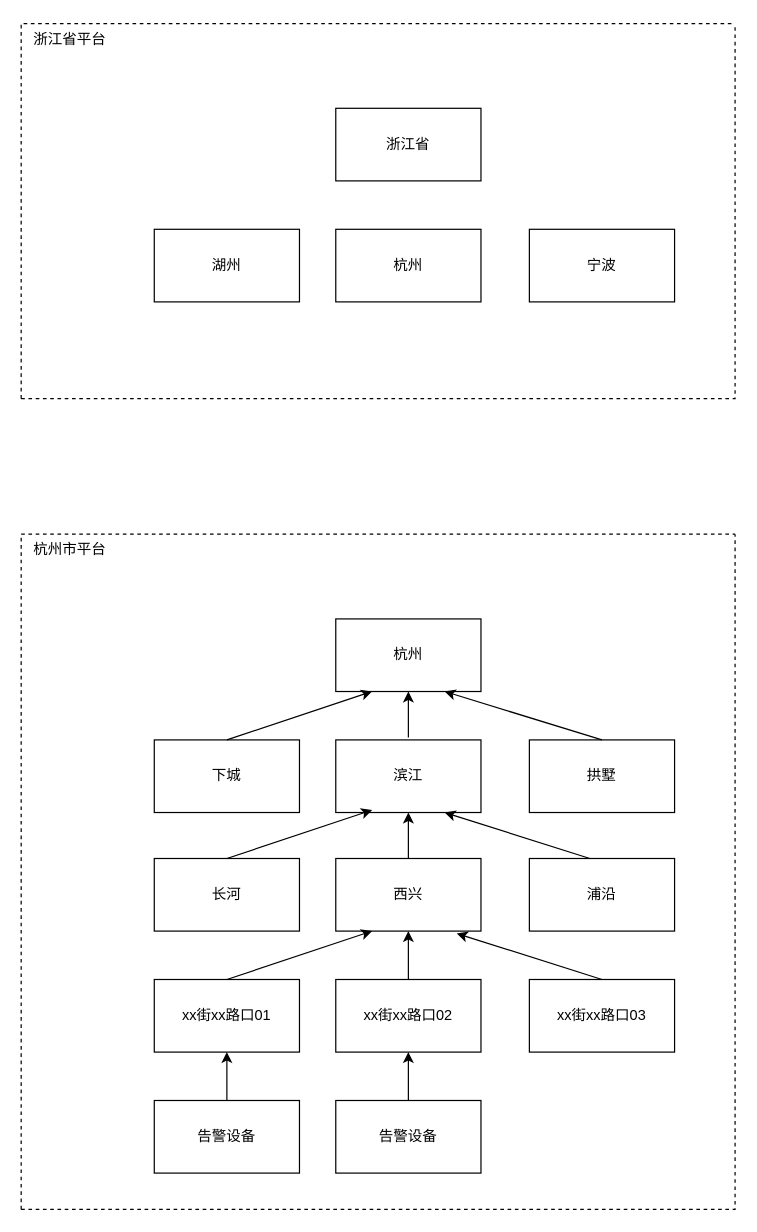
This is page "资源树示例" (1 of 5) of 项目介绍.drawio from hysteriai/hysteria, a draw.io file, before an edit. Source tidied: cells renumbered, new cells numbered last; positions are measured from the earlier drawing's top-left corner, leaving out a move shared by most shapes. Both pictures are drawn from the tidied source at 121%, with x=0, y=0 at pixel (21, 21).
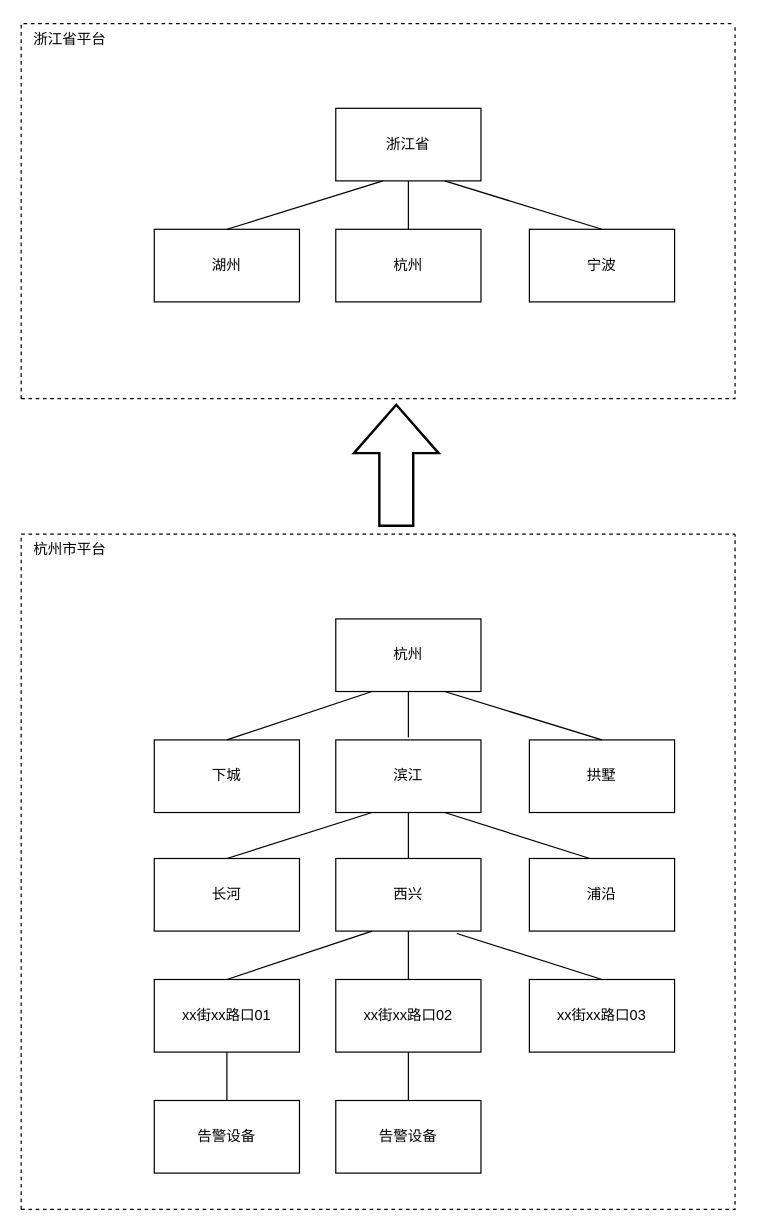
After the change.

The change refers to these unchanged cells:
```xml
<mxCell id="2" value="浙江省" style="rounded=0;whiteSpace=wrap;html=1;" parent="1" vertex="1">
  <mxGeometry x="260" y="72" width="120" height="60" as="geometry" />
</mxCell>
<mxCell id="3" value="湖州" style="rounded=0;whiteSpace=wrap;html=1;" parent="1" vertex="1">
  <mxGeometry x="110" y="172" width="120" height="60" as="geometry" />
</mxCell>
<mxCell id="4" value="杭州" style="rounded=0;whiteSpace=wrap;html=1;" parent="1" vertex="1">
  <mxGeometry x="260" y="172" width="120" height="60" as="geometry" />
</mxCell>
<mxCell id="5" value="宁波" style="rounded=0;whiteSpace=wrap;html=1;" parent="1" vertex="1">
  <mxGeometry x="420" y="172" width="120" height="60" as="geometry" />
</mxCell>
<mxCell id="9" value="杭州" style="rounded=0;whiteSpace=wrap;html=1;" parent="1" vertex="1">
  <mxGeometry x="260" y="494" width="120" height="60" as="geometry" />
</mxCell>
<mxCell id="11" value="滨江" style="rounded=0;whiteSpace=wrap;html=1;" parent="1" vertex="1">
  <mxGeometry x="260" y="594" width="120" height="60" as="geometry" />
</mxCell>
<mxCell id="12" value="拱墅" style="rounded=0;whiteSpace=wrap;html=1;" parent="1" vertex="1">
  <mxGeometry x="420" y="594" width="120" height="60" as="geometry" />
</mxCell>
<mxCell id="21" value="西兴" style="rounded=0;whiteSpace=wrap;html=1;" parent="1" vertex="1">
  <mxGeometry x="260" y="692" width="120" height="60" as="geometry" />
</mxCell>
<mxCell id="24" value="xx街xx路口02" style="rounded=0;whiteSpace=wrap;html=1;" parent="1" vertex="1">
  <mxGeometry x="260" y="792" width="120" height="60" as="geometry" />
</mxCell>
<mxCell id="25" value="xx街xx路口01" style="rounded=0;whiteSpace=wrap;html=1;" parent="1" vertex="1">
  <mxGeometry x="110" y="792" width="120" height="60" as="geometry" />
</mxCell>
<mxCell id="28" value="告警设备" style="rounded=0;whiteSpace=wrap;html=1;" parent="1" vertex="1">
  <mxGeometry x="110" y="892" width="120" height="60" as="geometry" />
</mxCell>
<mxCell id="30" value="告警设备" style="rounded=0;whiteSpace=wrap;html=1;" parent="1" vertex="1">
  <mxGeometry x="260" y="892" width="120" height="60" as="geometry" />
</mxCell>
```

Diff of the diagram source:
```diff
@@
-    <mxCell id="16" style="endArrow=classic;html=1;rounded=0;entryX=0.25;entryY=1;entryDx=0;entryDy=0;" parent="1" edge="1" target="9">
+    <mxCell id="16" style="endArrow=none;html=1;rounded=0;entryX=0.25;entryY=1;entryDx=0;entryDy=0;endFill=0;" parent="1" edge="1" target="9">
       <mxGeometry relative="1" as="geometry">
         <mxPoint x="170" y="594" as="sourcePoint" />
       </mxGeometry>
     </mxCell>
-    <mxCell id="17" style="endArrow=classic;html=1;rounded=0;entryX=0.25;entryY=1;entryDx=0;entryDy=0;" parent="1" edge="1">
+    <mxCell id="17" style="endArrow=none;html=1;rounded=0;entryX=0.25;entryY=1;entryDx=0;entryDy=0;endFill=0;" parent="1" edge="1">
       <mxGeometry relative="1" as="geometry">
         <mxPoint x="320" y="592" as="sourcePoint" />
         <mxPoint x="320" y="554" as="targetPoint" />
       </mxGeometry>
     </mxCell>
-    <mxCell id="18" style="endArrow=classic;html=1;rounded=0;entryX=0.75;entryY=1;entryDx=0;entryDy=0;exitX=0.5;exitY=0;exitDx=0;exitDy=0;" parent="1" edge="1" source="12" target="9">
+    <mxCell id="18" style="endArrow=none;html=1;rounded=0;entryX=0.75;entryY=1;entryDx=0;entryDy=0;exitX=0.5;exitY=0;exitDx=0;exitDy=0;endFill=0;" parent="1" edge="1" source="12" target="9">
       <mxGeometry relative="1" as="geometry" />
     </mxCell>
@@
-    <mxCell id="20" style="edgeStyle=orthogonalEdgeStyle;rounded=0;jettySize=auto;html=1;" parent="1" edge="1" source="21" target="11">
+    <mxCell id="20" style="edgeStyle=orthogonalEdgeStyle;rounded=0;jettySize=auto;html=1;endArrow=none;endFill=0;" parent="1" edge="1" source="21" target="11">
       <mxGeometry relative="1" as="geometry" />
     </mxCell>
@@
-    <mxCell id="23" style="edgeStyle=orthogonalEdgeStyle;rounded=0;jettySize=auto;html=1;" parent="1" edge="1" source="24" target="21">
+    <mxCell id="23" style="edgeStyle=orthogonalEdgeStyle;rounded=0;jettySize=auto;html=1;endArrow=none;endFill=0;" parent="1" edge="1" source="24" target="21">
       <mxGeometry relative="1" as="geometry" />
     </mxCell>
@@
-    <mxCell id="27" style="edgeStyle=orthogonalEdgeStyle;rounded=0;jettySize=auto;html=1;" parent="1" edge="1" source="28" target="25">
+    <mxCell id="27" style="edgeStyle=orthogonalEdgeStyle;rounded=0;jettySize=auto;html=1;endArrow=none;endFill=0;" parent="1" edge="1" source="28" target="25">
       <mxGeometry relative="1" as="geometry" />
     </mxCell>
@@
-    <mxCell id="29" style="edgeStyle=orthogonalEdgeStyle;rounded=0;jettySize=auto;html=1;" parent="1" edge="1" source="30" target="24">
+    <mxCell id="29" style="edgeStyle=orthogonalEdgeStyle;rounded=0;jettySize=auto;html=1;endArrow=none;endFill=0;" parent="1" edge="1" source="30" target="24">
       <mxGeometry relative="1" as="geometry" />
     </mxCell>
@@
-    <mxCell id="31" style="endArrow=classic;html=1;rounded=0;entryX=0.25;entryY=1;entryDx=0;entryDy=0;" parent="1" edge="1">
+    <mxCell id="31" style="endArrow=none;html=1;rounded=0;endFill=0;entryX=0.25;entryY=1;entryDx=0;entryDy=0;" parent="1" edge="1" target="11">
       <mxGeometry relative="1" as="geometry">
         <mxPoint x="170" y="692" as="sourcePoint" />
-        <mxPoint x="290" y="652" as="targetPoint" />
       </mxGeometry>
     </mxCell>
-    <mxCell id="32" style="endArrow=classic;html=1;rounded=0;entryX=0.75;entryY=1;entryDx=0;entryDy=0;" parent="1" edge="1">
+    <mxCell id="32" style="endArrow=none;html=1;rounded=0;entryX=0.75;entryY=1;entryDx=0;entryDy=0;endFill=0;" parent="1" edge="1">
       <mxGeometry relative="1" as="geometry">
         <mxPoint x="470" y="692" as="sourcePoint" />
         <mxPoint x="350" y="654" as="targetPoint" />
       </mxGeometry>
     </mxCell>
-    <mxCell id="33" style="endArrow=classic;html=1;rounded=0;entryX=0.25;entryY=1;entryDx=0;entryDy=0;" parent="1" edge="1">
+    <mxCell id="33" style="endArrow=none;html=1;rounded=0;entryX=0.25;entryY=1;entryDx=0;entryDy=0;endFill=0;" parent="1" edge="1">
       <mxGeometry relative="1" as="geometry">
         <mxPoint x="170" y="792" as="sourcePoint" />
         <mxPoint x="290" y="752" as="targetPoint" />
       </mxGeometry>
     </mxCell>
-    <mxCell id="34" style="endArrow=classic;html=1;rounded=0;entryX=0.75;entryY=1;entryDx=0;entryDy=0;" parent="1" edge="1">
+    <mxCell id="34" style="endArrow=none;html=1;rounded=0;entryX=0.75;entryY=1;entryDx=0;entryDy=0;endFill=0;" parent="1" edge="1">
       <mxGeometry relative="1" as="geometry">
         <mxPoint x="480" y="792" as="sourcePoint" />
         <mxPoint x="360" y="754" as="targetPoint" />
       </mxGeometry>
     </mxCell>
+    <mxCell id="35" style="verticalLabelPosition=bottom;verticalAlign=top;html=1;strokeWidth=2;shape=mxgraph.arrows2.arrow;dy=0.6;dx=40;notch=0;rotation=-90;" parent="1" vertex="1">
+      <mxGeometry x="260" y="332" width="100" height="70" as="geometry" />
+    </mxCell>
+    <mxCell id="36" style="endArrow=none;html=1;rounded=0;exitX=0.5;exitY=0;exitDx=0;exitDy=0;" parent="1" edge="1" source="3">
+      <mxGeometry relative="1" as="geometry">
+        <mxPoint x="299" y="132" as="targetPoint" />
+      </mxGeometry>
+    </mxCell>
+    <mxCell id="37" style="endArrow=none;html=1;rounded=0;exitX=0.5;exitY=0;exitDx=0;exitDy=0;entryX=0.75;entryY=1;entryDx=0;entryDy=0;" parent="1" edge="1" source="5" target="2">
+      <mxGeometry relative="1" as="geometry" />
+    </mxCell>
+    <mxCell id="38" style="endArrow=none;html=1;rounded=0;exitX=0.5;exitY=0;exitDx=0;exitDy=0;entryX=0.5;entryY=1;entryDx=0;entryDy=0;" parent="1" edge="1" source="4" target="2">
+      <mxGeometry relative="1" as="geometry" />
+    </mxCell>
```
